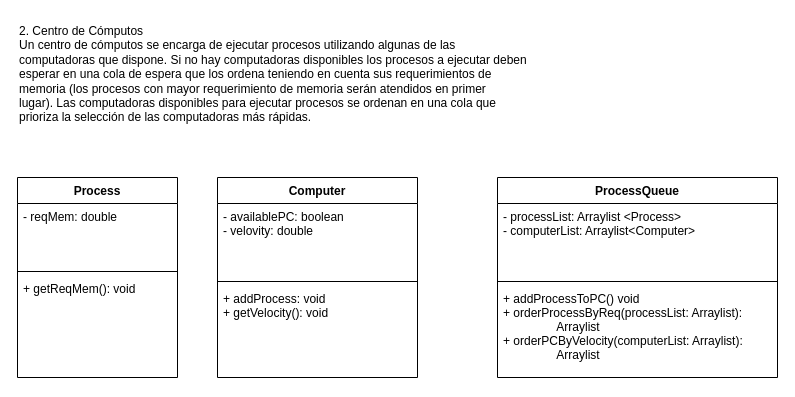
The draw.io diagram Prog2(TP6-Ejercicio2).drawio in darreceygor/Drawio, before the edit. Source tidied: cells renumbered, new cells numbered last; positions are measured from the earlier drawing's top-left corner, leaving out a move shared by most shapes. Both pictures are drawn from the tidied source at 100%, with x=0, y=0 at pixel (17, 17).
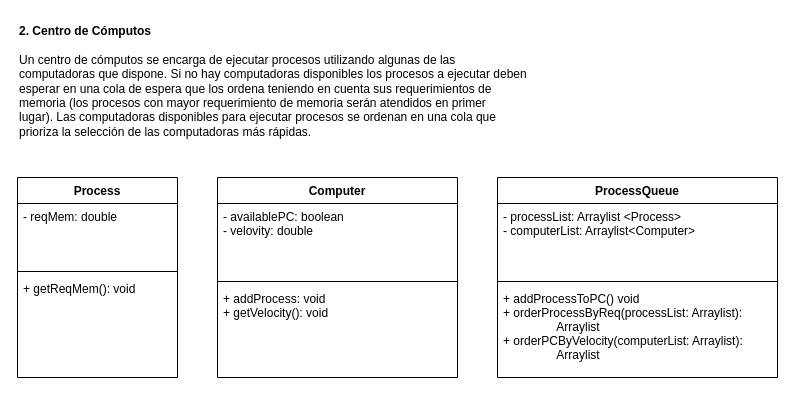
After the change.

The edit, as a diff of the source:
```diff
@@
 <mxGraphModel>
   <root>
     <mxCell id="0" />
     <mxCell id="1" parent="0" />
-    <mxCell id="2" value="2. Centro de Cómputos&#10;Un centro de cómputos se encarga de ejecutar procesos utilizando algunas de las&#10;computadoras que dispone. Si no hay computadoras disponibles los procesos a ejecutar deben&#10;esperar en una cola de espera que los ordena teniendo en cuenta sus requerimientos de&#10;memoria (los procesos con mayor requerimiento de memoria serán atendidos en primer&#10;lugar). Las computadoras disponibles para ejecutar procesos se ordenan en una cola que&#10;prioriza la selección de las computadoras más rápidas." style="text;whiteSpace=wrap;html=1;" parent="1" vertex="1">
-      <mxGeometry width="560" height="120" as="geometry" />
+    <mxCell id="2" value="&lt;b&gt;2. Centro de Cómputos&lt;br&gt;&lt;/b&gt;&lt;br&gt;Un centro de cómputos se encarga de ejecutar procesos utilizando algunas de las&lt;br&gt;computadoras que dispone. Si no hay computadoras disponibles los procesos a ejecutar deben&lt;br&gt;esperar en una cola de espera que los ordena teniendo en cuenta sus requerimientos de&lt;br&gt;memoria (los procesos con mayor requerimiento de memoria serán atendidos en primer&lt;br&gt;lugar). Las computadoras disponibles para ejecutar procesos se ordenan en una cola que&lt;br&gt;prioriza la selección de las computadoras más rápidas." style="text;whiteSpace=wrap;html=1;" parent="1" vertex="1">
+      <mxGeometry width="560" height="140" as="geometry" />
     </mxCell>
     <mxCell id="3" value="Process" style="swimlane;fontStyle=1;align=center;verticalAlign=top;horizontal=1;startSize=26;" parent="1" vertex="1">
       <mxGeometry y="160" width="160" height="200" as="geometry" />
     </mxCell>
     <mxCell id="4" value="- reqMem: double" style="text;strokeColor=none;fillColor=none;align=left;verticalAlign=top;spacingLeft=4;spacingRight=4;overflow=hidden;" parent="3" vertex="1">
       <mxGeometry y="26" width="160" height="64" as="geometry" />
     </mxCell>
     <mxCell id="5" style="line;strokeWidth=1;fillColor=none;align=left;verticalAlign=middle;spacingTop=-1;spacingLeft=3;spacingRight=3;labelPosition=right;strokeColor=inherit;" parent="3" vertex="1">
       <mxGeometry y="90" width="160" height="8" as="geometry" />
     </mxCell>
     <mxCell id="6" value="+ getReqMem(): void" style="text;strokeColor=none;fillColor=none;align=left;verticalAlign=top;spacingLeft=4;spacingRight=4;overflow=hidden;" parent="3" vertex="1">
       <mxGeometry y="98" width="160" height="102" as="geometry" />
     </mxCell>
     <mxCell id="7" value="Computer" style="swimlane;fontStyle=1;align=center;verticalAlign=top;horizontal=1;startSize=26;" parent="1" vertex="1">
-      <mxGeometry x="200" y="160" width="200" height="200" as="geometry" />
+      <mxGeometry x="200" y="160" width="240" height="200" as="geometry" />
     </mxCell>
     <mxCell id="8" value="- availablePC: boolean&#10;- velovity: double" style="text;strokeColor=none;fillColor=none;align=left;verticalAlign=top;spacingLeft=4;spacingRight=4;overflow=hidden;" parent="7" vertex="1">
-      <mxGeometry y="26" width="200" height="74" as="geometry" />
+      <mxGeometry y="26" width="240" height="74" as="geometry" />
     </mxCell>
     <mxCell id="9" style="line;strokeWidth=1;fillColor=none;align=left;verticalAlign=middle;spacingTop=-1;spacingLeft=3;spacingRight=3;labelPosition=right;strokeColor=inherit;" parent="7" vertex="1">
-      <mxGeometry y="100" width="200" height="8" as="geometry" />
+      <mxGeometry y="100" width="240" height="8" as="geometry" />
     </mxCell>
     <mxCell id="10" value="+ addProcess: void&#10;+ getVelocity(): void" style="text;strokeColor=none;fillColor=none;align=left;verticalAlign=top;spacingLeft=4;spacingRight=4;overflow=hidden;" parent="7" vertex="1">
-      <mxGeometry y="108" width="200" height="92" as="geometry" />
+      <mxGeometry y="108" width="240" height="92" as="geometry" />
     </mxCell>
     <mxCell id="11" value="ProcessQueue" style="swimlane;fontStyle=1;align=center;verticalAlign=top;horizontal=1;startSize=26;" parent="1" vertex="1">
       <mxGeometry x="480" y="160" width="280" height="200" as="geometry" />
     </mxCell>
     <mxCell id="12" value="- processList: Arraylist &lt;Process&gt;&#10;- computerList: Arraylist&lt;Computer&gt;" style="text;strokeColor=none;fillColor=none;align=left;verticalAlign=top;spacingLeft=4;spacingRight=4;overflow=hidden;" parent="11" vertex="1">
       <mxGeometry y="26" width="280" height="74" as="geometry" />
     </mxCell>
     <mxCell id="13" style="line;strokeWidth=1;fillColor=none;align=left;verticalAlign=middle;spacingTop=-1;spacingLeft=3;spacingRight=3;labelPosition=right;strokeColor=inherit;" parent="11" vertex="1">
       <mxGeometry y="100" width="280" height="8" as="geometry" />
     </mxCell>
     <mxCell id="14" value="+ addProcessToPC() void&#10;+ orderProcessByReq(processList: Arraylist): &#10;                Arraylist&#10;+ orderPCByVelocity(computerList: Arraylist):&#10;                Arraylist&#10;" style="text;strokeColor=none;fillColor=none;align=left;verticalAlign=top;spacingLeft=4;spacingRight=4;overflow=hidden;" parent="11" vertex="1">
       <mxGeometry y="108" width="280" height="92" as="geometry" />
     </mxCell>
   </root>
 </mxGraphModel>
```
